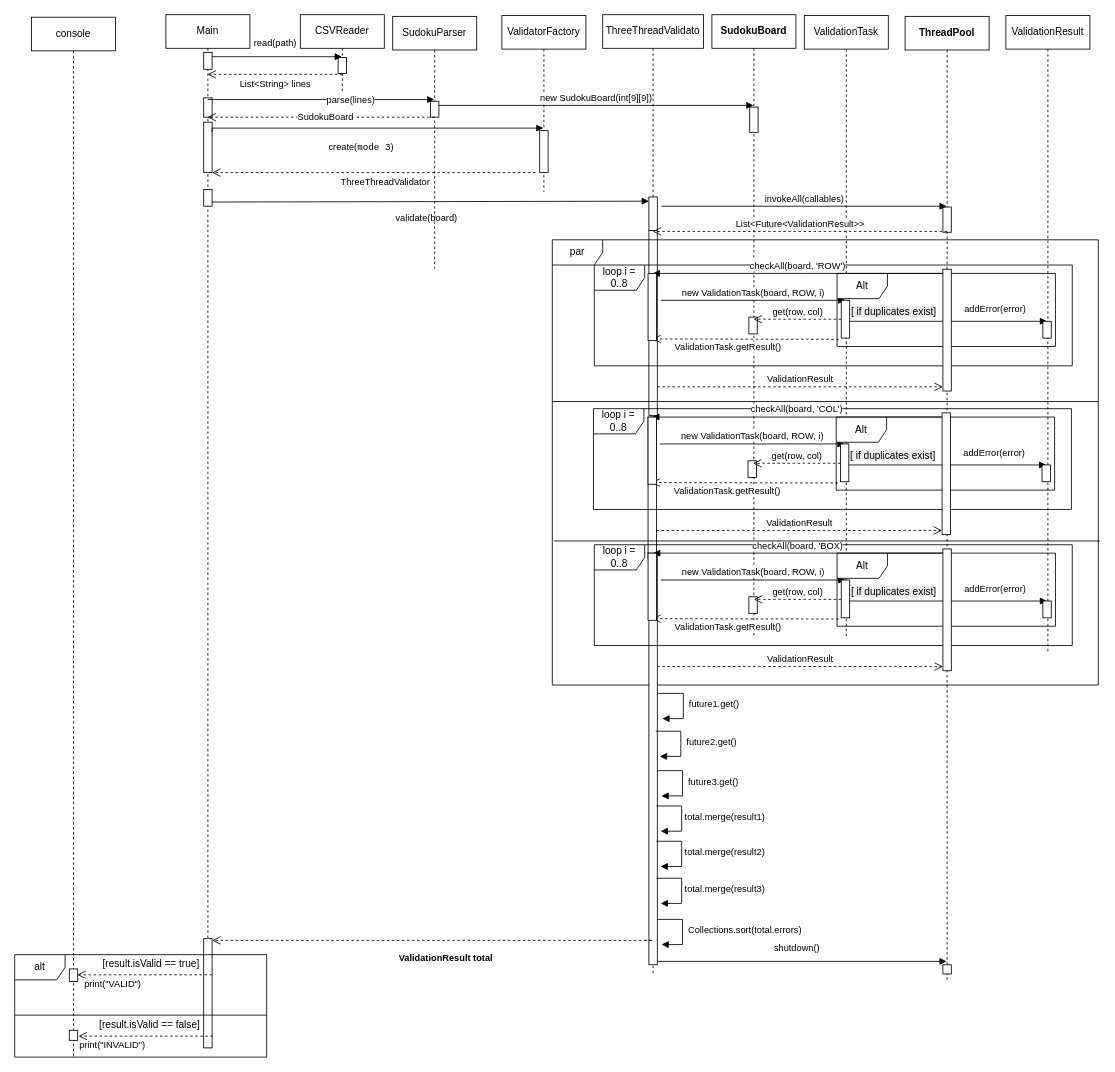
This is diagrams/mode3 sequence diagram.drawio from Smook-e/Prog_lab9, a draw.io file, before an edit. Source tidied: cells renumbered, new cells numbered last; positions are measured from the earlier drawing's top-left corner, leaving out a move shared by most shapes. Both pictures are drawn from the tidied source at 84%, with x=0, y=0 at pixel (14, 14).
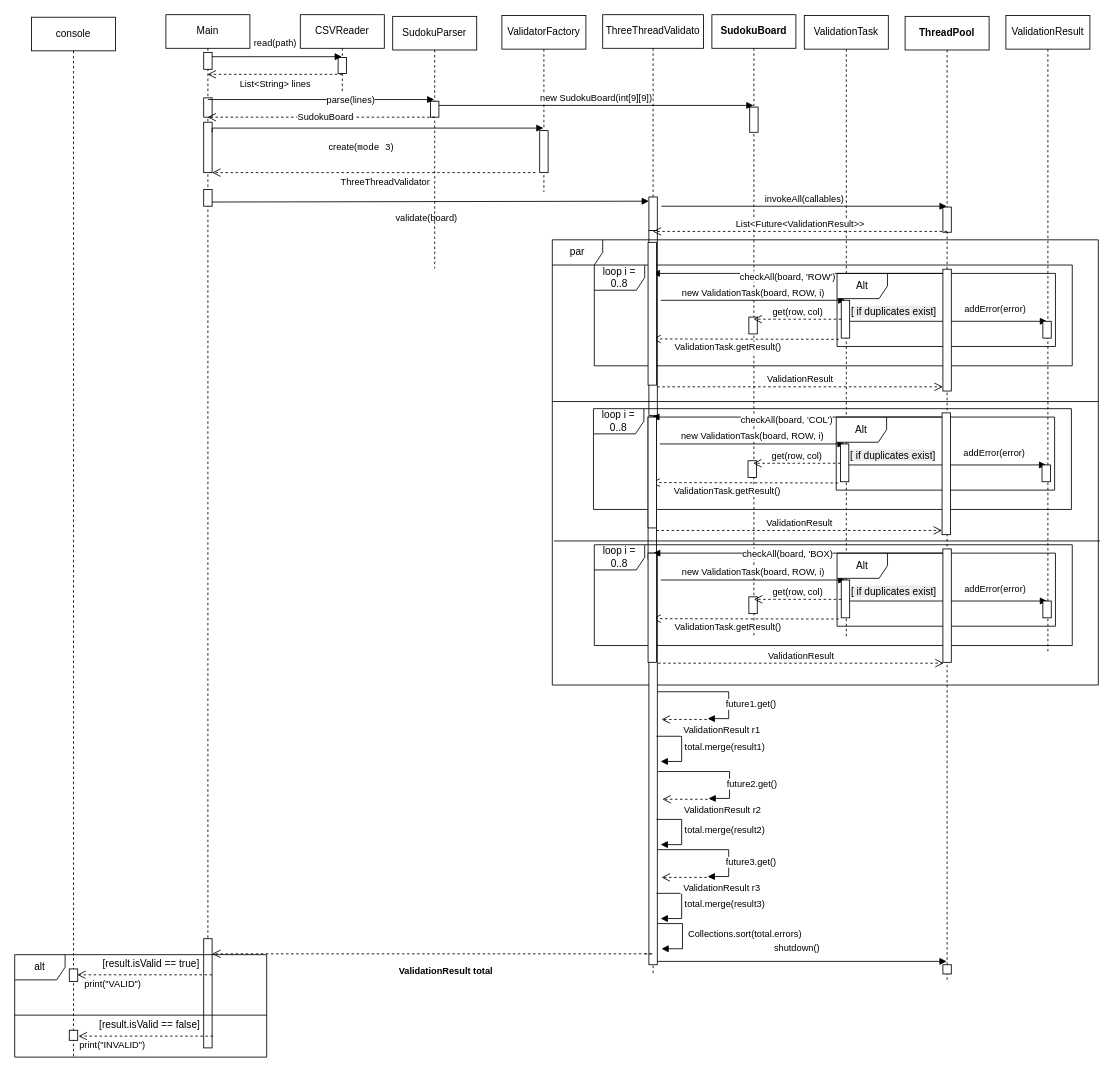
The same page after the edit.

Commit message:
fix three thread validator

The change refers to these unchanged cells:
```xml
<mxCell id="5" style="html=1;points=[[0,0,0,0,5],[0,1,0,0,-5],[1,0,0,0,5],[1,1,0,0,-5]];perimeter=orthogonalPerimeter;outlineConnect=0;targetShapes=umlLifeline;portConstraint=eastwest;newEdgeStyle={&quot;curved&quot;:0,&quot;rounded&quot;:0};" parent="2" vertex="1">
  <mxGeometry x="45" y="1100" width="10" height="130" as="geometry" />
</mxCell>
<mxCell id="36" style="html=1;points=[[0,0,0,0,5],[0,1,0,0,-5],[1,0,0,0,5],[1,1,0,0,-5]];perimeter=orthogonalPerimeter;outlineConnect=0;targetShapes=umlLifeline;portConstraint=eastwest;newEdgeStyle={&quot;curved&quot;:0,&quot;rounded&quot;:0};" parent="1" vertex="1">
  <mxGeometry x="1105" y="303" width="10" height="145" as="geometry" />
</mxCell>
<mxCell id="50" style="html=1;points=[[0,0,0,0,5],[0,1,0,0,-5],[1,0,0,0,5],[1,1,0,0,-5]];perimeter=orthogonalPerimeter;outlineConnect=0;targetShapes=umlLifeline;portConstraint=eastwest;newEdgeStyle={&quot;curved&quot;:0,&quot;rounded&quot;:0};" parent="1" vertex="1">
  <mxGeometry x="1104" y="474" width="10" height="145" as="geometry" />
</mxCell>
<mxCell id="54" style="html=1;points=[[0,0,0,0,5],[0,1,0,0,-5],[1,0,0,0,5],[1,1,0,0,-5]];perimeter=orthogonalPerimeter;outlineConnect=0;targetShapes=umlLifeline;portConstraint=eastwest;newEdgeStyle={&quot;curved&quot;:0,&quot;rounded&quot;:0};" parent="1" vertex="1">
  <mxGeometry x="755" y="641" width="10" height="490" as="geometry" />
</mxCell>
```

Diff of the diagram source:
```diff
@@
     <mxCell id="37" value="checkAll(board, 'ROW')" style="html=1;verticalAlign=bottom;endArrow=block;curved=0;rounded=0;exitX=0;exitY=0;exitDx=0;exitDy=5;exitPerimeter=0;" parent="1" edge="1" source="36">
-      <mxGeometry relative="1" as="geometry">
+      <mxGeometry x="0.07" y="13" relative="1" as="geometry">
         <mxPoint x="759.5" y="308" as="targetPoint" />
         <Array as="points">
           <mxPoint x="940" y="308" />
         </Array>
       </mxGeometry>
     </mxCell>
@@
-    <mxCell id="51" value="checkAll(board, 'COL')" style="html=1;verticalAlign=bottom;endArrow=block;curved=0;rounded=0;exitX=0;exitY=0;exitDx=0;exitDy=5;exitPerimeter=0;" parent="1" edge="1" source="50">
-      <mxGeometry relative="1" as="geometry">
+    <mxCell id="51" value="checkAll(board, 'COL')" style="html=1;verticalAlign=bottom;endArrow=block;curved=0;rounded=0;exitX=0;exitY=0;exitDx=0;exitDy=5;exitPerimeter=0;" parent="1" edge="1">
+      <mxGeometry x="0.07" y="12" relative="1" as="geometry">
+        <mxPoint x="1104" y="479" as="sourcePoint" />
         <mxPoint x="759" y="479" as="targetPoint" />
         <Array as="points">
           <mxPoint x="939" y="479" />
         </Array>
       </mxGeometry>
     </mxCell>
@@
     <mxCell id="64" style="html=1;points=[[0,0,0,0,5],[0,1,0,0,-5],[1,0,0,0,5],[1,1,0,0,-5]];perimeter=orthogonalPerimeter;outlineConnect=0;targetShapes=umlLifeline;portConstraint=eastwest;newEdgeStyle={&quot;curved&quot;:0,&quot;rounded&quot;:0};" parent="1" vertex="1">
-      <mxGeometry x="1105" y="636" width="10" height="145" as="geometry" />
+      <mxGeometry x="1105" y="636" width="10" height="135" as="geometry" />
     </mxCell>
     <mxCell id="65" value="checkAll(board, 'BOX)" style="html=1;verticalAlign=bottom;endArrow=block;curved=0;rounded=0;exitX=0;exitY=0;exitDx=0;exitDy=5;exitPerimeter=0;" parent="1" edge="1" source="64">
-      <mxGeometry relative="1" as="geometry">
+      <mxGeometry x="0.07" y="10" relative="1" as="geometry">
         <mxPoint x="760" y="641" as="targetPoint" />
         <Array as="points">
           <mxPoint x="940" y="641" />
         </Array>
       </mxGeometry>
     </mxCell>
@@
-    <mxCell id="67" value="ValidationResult" style="html=1;verticalAlign=bottom;endArrow=open;dashed=1;endSize=8;curved=0;rounded=0;entryX=0;entryY=1;entryDx=0;entryDy=-5;entryPerimeter=0;" parent="1" edge="1" source="54" target="64">
-      <mxGeometry relative="1" as="geometry" />
+    <mxCell id="67" value="ValidationResult" style="html=1;verticalAlign=bottom;endArrow=open;dashed=1;endSize=8;curved=0;rounded=0;entryX=0;entryY=1;entryDx=0;entryDy=-5;entryPerimeter=0;" parent="1" edge="1">
+      <mxGeometry relative="1" as="geometry">
+        <mxPoint x="766" y="772" as="sourcePoint" />
+        <mxPoint x="1106" y="772" as="targetPoint" />
+      </mxGeometry>
     </mxCell>
@@
-    <mxCell id="69" value="&lt;strong&gt;ValidationResult total&lt;/strong&gt;" style="html=1;verticalAlign=bottom;endArrow=open;dashed=1;endSize=8;curved=0;rounded=0;" parent="1" edge="1" target="5">
+    <mxCell id="69" value="&lt;strong&gt;ValidationResult total&lt;/strong&gt;" style="html=1;verticalAlign=bottom;endArrow=open;dashed=1;endSize=8;curved=0;rounded=0;" parent="1" edge="1">
       <mxGeometry x="-0.04" y="30" relative="1" as="geometry">
-        <mxPoint x="750" y="1102" as="sourcePoint" />
+        <mxPoint x="750" y="1118" as="sourcePoint" />
+        <mxPoint x="235" y="1118" as="targetPoint" />
         <Array as="points">
-          <mxPoint x="760" y="1102" />
-          <mxPoint x="620" y="1102" />
+          <mxPoint x="760" y="1118" />
+          <mxPoint x="620" y="1118" />
         </Array>
       </mxGeometry>
     </mxCell>
     <mxCell id="70" value="total.merge(result1)" style="html=1;align=left;spacingLeft=2;endArrow=block;rounded=0;edgeStyle=orthogonalEdgeStyle;curved=0;rounded=0;" parent="1" edge="1">
       <mxGeometry relative="1" as="geometry">
-        <mxPoint x="764" y="942" as="sourcePoint" />
-        <mxPoint x="769" y="972" as="targetPoint" />
+        <mxPoint x="764" y="859" as="sourcePoint" />
+        <mxPoint x="769" y="889" as="targetPoint" />
         <Array as="points">
-          <mxPoint x="794" y="972" />
+          <mxPoint x="794" y="889" />
         </Array>
       </mxGeometry>
     </mxCell>
     <mxCell id="71" value="&amp;nbsp;Collections.sort(total.errors)" style="html=1;align=left;spacingLeft=2;endArrow=block;rounded=0;edgeStyle=orthogonalEdgeStyle;curved=0;rounded=0;" parent="1" edge="1">
       <mxGeometry relative="1" as="geometry">
-        <mxPoint x="765" y="1077" as="sourcePoint" />
-        <mxPoint x="770" y="1107" as="targetPoint" />
+        <mxPoint x="765" y="1082" as="sourcePoint" />
+        <mxPoint x="770" y="1112" as="targetPoint" />
         <Array as="points">
-          <mxPoint x="795" y="1107" />
+          <mxPoint x="795" y="1112" />
         </Array>
       </mxGeometry>
     </mxCell>
@@
     <mxCell id="74" value="total.merge(result3)" style="html=1;align=left;spacingLeft=2;endArrow=block;rounded=0;edgeStyle=orthogonalEdgeStyle;curved=0;rounded=0;" parent="1" edge="1">
       <mxGeometry relative="1" as="geometry">
-        <mxPoint x="764" y="1028" as="sourcePoint" />
-        <mxPoint x="769" y="1058" as="targetPoint" />
+        <mxPoint x="764" y="1046" as="sourcePoint" />
+        <mxPoint x="769" y="1076" as="targetPoint" />
         <Array as="points">
-          <mxPoint x="794" y="1058" />
+          <mxPoint x="794" y="1076" />
         </Array>
       </mxGeometry>
     </mxCell>
     <mxCell id="75" value="total.merge(result2)" style="html=1;align=left;spacingLeft=2;endArrow=block;rounded=0;edgeStyle=orthogonalEdgeStyle;curved=0;rounded=0;" parent="1" edge="1">
       <mxGeometry relative="1" as="geometry">
-        <mxPoint x="764" y="984" as="sourcePoint" />
-        <mxPoint x="769" y="1014" as="targetPoint" />
+        <mxPoint x="764" y="958" as="sourcePoint" />
+        <mxPoint x="769" y="988" as="targetPoint" />
         <Array as="points">
-          <mxPoint x="794" y="1014" />
+          <mxPoint x="794" y="988" />
         </Array>
       </mxGeometry>
     </mxCell>
     <mxCell id="76" style="html=1;perimeter=orthogonalPerimeter;targetShapes=umlLifeline;newEdgeStyle={&quot;curved&quot;:0,&quot;rounded&quot;:0};" parent="1" vertex="1">
-      <mxGeometry x="754" y="308" width="10" height="80" as="geometry" />
+      <mxGeometry x="754" y="271" width="10" height="170" as="geometry" />
     </mxCell>
     <mxCell id="77" style="html=1;perimeter=orthogonalPerimeter;targetShapes=umlLifeline;newEdgeStyle={&quot;curved&quot;:0,&quot;rounded&quot;:0};" parent="1" vertex="1">
-      <mxGeometry x="754" y="479" width="10" height="80" as="geometry" />
+      <mxGeometry x="754" y="479" width="10" height="132" as="geometry" />
     </mxCell>
     <mxCell id="78" style="html=1;perimeter=orthogonalPerimeter;targetShapes=umlLifeline;newEdgeStyle={&quot;curved&quot;:0,&quot;rounded&quot;:0};" parent="1" vertex="1">
-      <mxGeometry x="754" y="641" width="10" height="80" as="geometry" />
+      <mxGeometry x="754" y="641" width="10" height="130" as="geometry" />
     </mxCell>
-    <mxCell id="79" value="&amp;nbsp;future1.get()" style="html=1;align=left;spacingLeft=2;endArrow=block;rounded=0;edgeStyle=orthogonalEdgeStyle;curved=0;rounded=0;" parent="1" edge="1">
-      <mxGeometry relative="1" as="geometry">
-        <mxPoint x="766" y="808" as="sourcePoint" />
-        <mxPoint x="771" y="838" as="targetPoint" />
+    <mxCell id="79" value="&amp;nbsp;future1.get()" style="html=1;align=left;spacingLeft=2;endArrow=block;rounded=0;edgeStyle=orthogonalEdgeStyle;curved=0;rounded=0;" parent="1" edge="1" source="54">
+      <mxGeometry x="0.41" y="-10" relative="1" as="geometry">
+        <mxPoint x="825" y="838" as="targetPoint" />
         <Array as="points">
-          <mxPoint x="796" y="838" />
+          <mxPoint x="850" y="806" />
+          <mxPoint x="850" y="838" />
         </Array>
       </mxGeometry>
     </mxCell>
-    <mxCell id="80" value="&amp;nbsp;future2.get()" style="html=1;align=left;spacingLeft=2;endArrow=block;rounded=0;edgeStyle=orthogonalEdgeStyle;curved=0;rounded=0;" parent="1" edge="1">
-      <mxGeometry relative="1" as="geometry">
-        <mxPoint x="763" y="853" as="sourcePoint" />
-        <mxPoint x="768" y="883" as="targetPoint" />
-        <Array as="points">
-          <mxPoint x="793" y="883" />
-        </Array>
-      </mxGeometry>
-    </mxCell>
-    <mxCell id="81" value="&amp;nbsp;future3.get()" style="html=1;align=left;spacingLeft=2;endArrow=block;rounded=0;edgeStyle=orthogonalEdgeStyle;curved=0;rounded=0;" parent="1" edge="1">
-      <mxGeometry relative="1" as="geometry">
-        <mxPoint x="765" y="900" as="sourcePoint" />
-        <mxPoint x="770" y="930" as="targetPoint" />
-        <Array as="points">
-          <mxPoint x="795" y="930" />
-        </Array>
-      </mxGeometry>
-    </mxCell>
@@
+    <mxCell id="100" value="&amp;nbsp;ValidationResult r1" style="html=1;verticalAlign=bottom;endArrow=open;dashed=1;endSize=8;curved=0;rounded=0;" parent="1" edge="1">
+      <mxGeometry x="-1" y="24" relative="1" as="geometry">
+        <mxPoint x="830" y="839" as="sourcePoint" />
+        <mxPoint x="770" y="839" as="targetPoint" />
+        <mxPoint x="10" y="-2" as="offset" />
+      </mxGeometry>
+    </mxCell>
+    <mxCell id="80" value="&amp;nbsp;future2.get()" style="html=1;align=left;spacingLeft=2;endArrow=block;rounded=0;edgeStyle=orthogonalEdgeStyle;curved=0;rounded=0;" parent="1" edge="1">
+      <mxGeometry x="0.41" y="-10" relative="1" as="geometry">
+        <mxPoint x="766" y="901" as="sourcePoint" />
+        <mxPoint x="826" y="933" as="targetPoint" />
+        <Array as="points">
+          <mxPoint x="851" y="901" />
+          <mxPoint x="851" y="933" />
+        </Array>
+      </mxGeometry>
+    </mxCell>
+    <mxCell id="101" value="&amp;nbsp;ValidationResult r2" style="html=1;verticalAlign=bottom;endArrow=open;dashed=1;endSize=8;curved=0;rounded=0;" parent="1" edge="1">
+      <mxGeometry x="-1" y="24" relative="1" as="geometry">
+        <mxPoint x="831" y="934" as="sourcePoint" />
+        <mxPoint x="771" y="934" as="targetPoint" />
+        <mxPoint x="10" y="-2" as="offset" />
+      </mxGeometry>
+    </mxCell>
+    <mxCell id="81" value="&amp;nbsp;future3.get()" style="html=1;align=left;spacingLeft=2;endArrow=block;rounded=0;edgeStyle=orthogonalEdgeStyle;curved=0;rounded=0;" parent="1" edge="1">
+      <mxGeometry x="0.41" y="-10" relative="1" as="geometry">
+        <mxPoint x="765" y="994" as="sourcePoint" />
+        <mxPoint x="825" y="1026" as="targetPoint" />
+        <Array as="points">
+          <mxPoint x="850" y="994" />
+          <mxPoint x="850" y="1026" />
+        </Array>
+      </mxGeometry>
+    </mxCell>
+    <mxCell id="102" value="&amp;nbsp;ValidationResult r3" style="html=1;verticalAlign=bottom;endArrow=open;dashed=1;endSize=8;curved=0;rounded=0;" parent="1" edge="1">
+      <mxGeometry x="-1" y="24" relative="1" as="geometry">
+        <mxPoint x="830" y="1027" as="sourcePoint" />
+        <mxPoint x="770" y="1027" as="targetPoint" />
+        <mxPoint x="10" y="-2" as="offset" />
+      </mxGeometry>
+    </mxCell>
```
